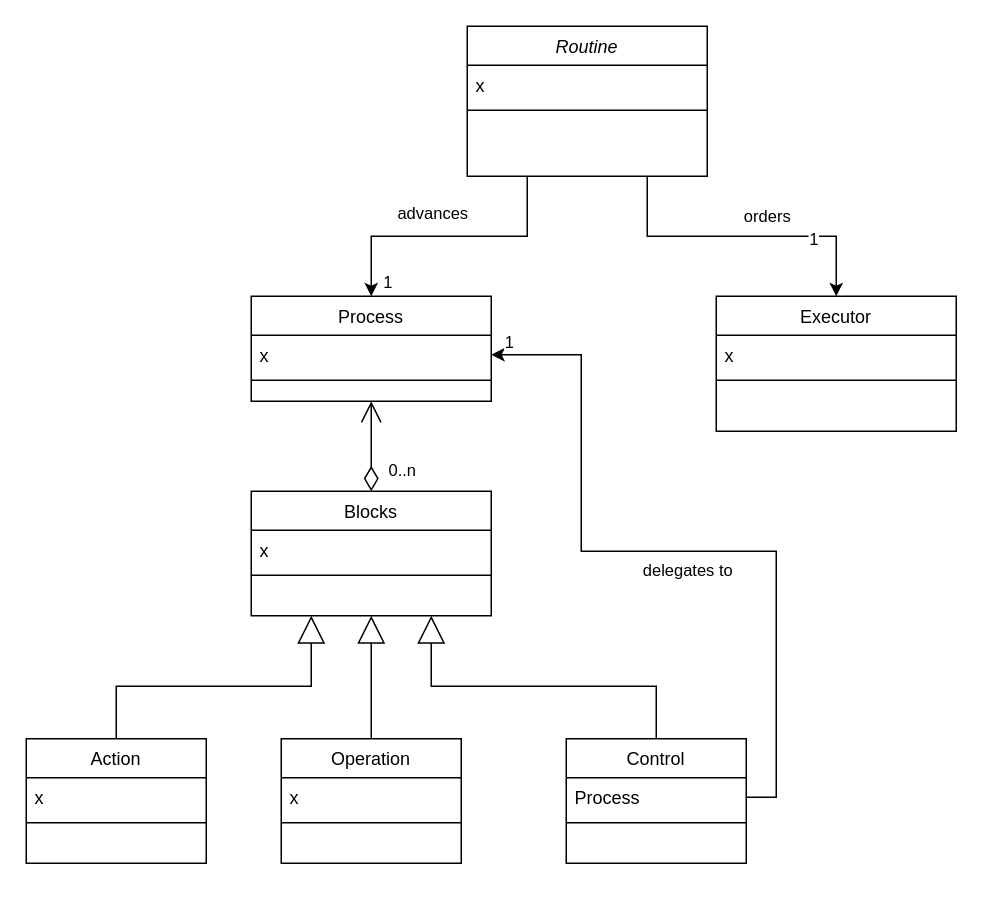
Before: Assets/Diagram.drawio in cahofman13/ThesisCH23, a draw.io diagram. Source tidied: cells renumbered, new cells numbered last; positions are measured from the earlier drawing's top-left corner, leaving out a move shared by most shapes. Both pictures are drawn from the tidied source at 150%, with x=0, y=0 at pixel (26, 26).
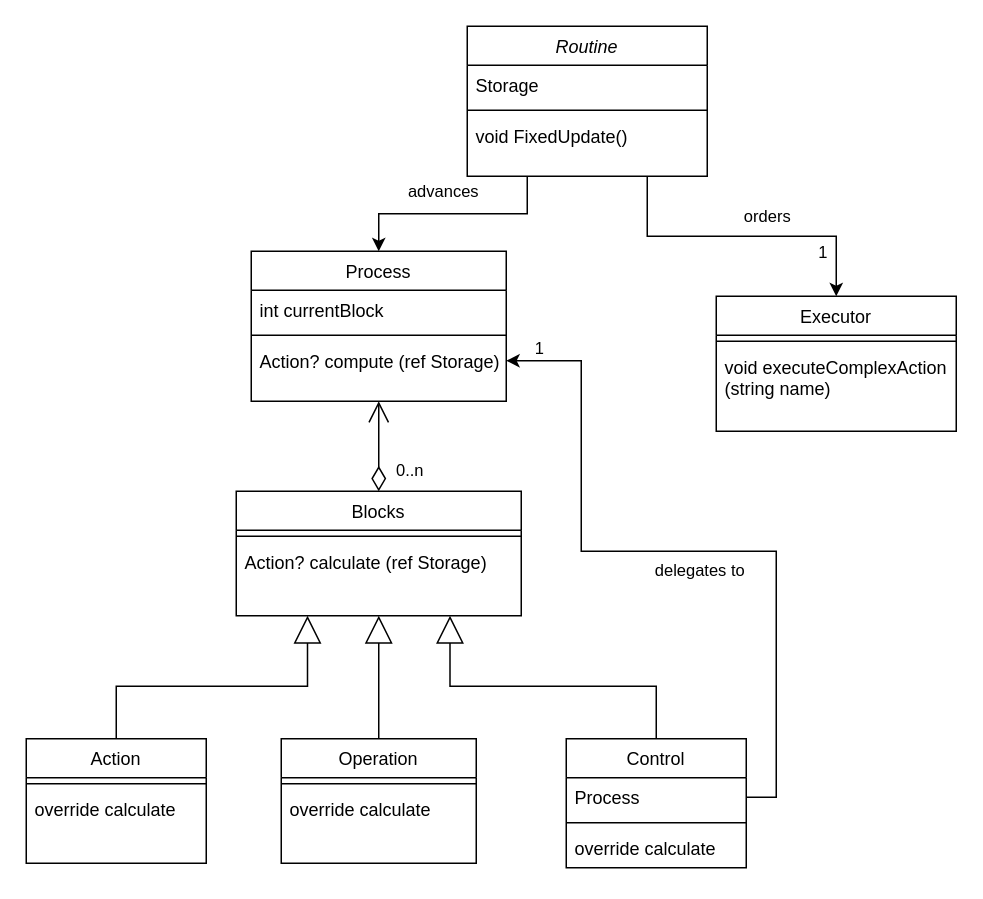
The same diagram, later.

The change refers to these unchanged cells:
```xml
<mxCell id="2" style="edgeStyle=orthogonalEdgeStyle;rounded=0;jettySize=auto;html=1;exitX=0.75;exitY=1;exitDx=0;exitDy=0;entryX=0.5;entryY=0;entryDx=0;entryDy=0;" parent="1" edge="1" source="8" target="17">
  <mxGeometry relative="1" as="geometry" />
</mxCell>
<mxCell id="8" value="Routine" style="swimlane;fontStyle=2;align=center;verticalAlign=top;horizontal=1;startSize=26;rounded=0;shadow=0;strokeWidth=1;" parent="1" vertex="1">
  <mxGeometry x="294" width="160" height="100" as="geometry" />
</mxCell>
<mxCell id="17" value="Executor" style="swimlane;fontStyle=0;align=center;verticalAlign=top;horizontal=1;startSize=26;rounded=0;shadow=0;strokeWidth=1;" parent="1" vertex="1">
  <mxGeometry x="460" y="180" width="160" height="90" as="geometry" />
</mxCell>
<mxCell id="21" value="Action" style="swimlane;fontStyle=0;align=center;verticalAlign=top;horizontal=1;startSize=26;rounded=0;shadow=0;strokeWidth=1;" parent="1" vertex="1">
  <mxGeometry y="475" width="120" height="83" as="geometry" />
</mxCell>
<mxCell id="28" value="Process" style="text;align=left;verticalAlign=top;spacingLeft=4;spacingRight=4;overflow=hidden;points=[[0,0.5],[1,0.5]];portConstraint=eastwest;" parent="27" vertex="1">
  <mxGeometry y="26" width="120" height="26" as="geometry" />
</mxCell>
```

What changed in the source:
```diff
@@
     <mxCell id="4" value="1" style="edgeLabel;html=1;align=center;verticalAlign=middle;" parent="2" vertex="1">
-      <mxGeometry x="0.46" y="-1" relative="1" as="geometry" />
+      <mxGeometry x="0.46" y="-1" relative="1" as="geometry">
+        <mxPoint x="6" y="9" as="offset" />
+      </mxGeometry>
     </mxCell>
@@
-    <mxCell id="9" value="x" style="text;align=left;verticalAlign=top;spacingLeft=4;spacingRight=4;overflow=hidden;" parent="8" vertex="1">
+    <mxCell id="9" value="Storage" style="text;align=left;verticalAlign=top;spacingLeft=4;spacingRight=4;overflow=hidden;" parent="8" vertex="1">
       <mxGeometry y="26" width="160" height="26" as="geometry" />
     </mxCell>
@@
+    <mxCell id="36" value="void FixedUpdate() " style="text;align=left;verticalAlign=top;spacingLeft=4;spacingRight=4;overflow=hidden;" parent="8" vertex="1">
+      <mxGeometry y="60" width="160" height="26" as="geometry" />
+    </mxCell>
     <mxCell id="11" value="Blocks" style="swimlane;fontStyle=0;align=center;verticalAlign=top;horizontal=1;startSize=26;rounded=0;shadow=0;strokeWidth=1;" parent="1" vertex="1">
-      <mxGeometry x="150" y="310" width="160" height="83" as="geometry" />
+      <mxGeometry x="140" y="310" width="190" height="83" as="geometry" />
     </mxCell>
+    <mxCell id="13" style="line;html=1;strokeWidth=1;align=left;verticalAlign=middle;spacingTop=-1;spacingLeft=3;spacingRight=3;labelPosition=right;" parent="11" vertex="1">
+      <mxGeometry y="26" width="190" height="8" as="geometry" />
+    </mxCell>
-    <mxCell id="12" value="x" style="text;align=left;verticalAlign=top;spacingLeft=4;spacingRight=4;overflow=hidden;" parent="11" vertex="1">
-      <mxGeometry y="26" width="160" height="26" as="geometry" />
+    <mxCell id="12" value="Action? calculate (ref Storage)" style="text;align=left;verticalAlign=top;spacingLeft=4;spacingRight=4;overflow=hidden;" parent="11" vertex="1">
+      <mxGeometry y="34" width="190" height="26" as="geometry" />
     </mxCell>
-    <mxCell id="13" style="line;html=1;strokeWidth=1;align=left;verticalAlign=middle;spacingTop=-1;spacingLeft=3;spacingRight=3;labelPosition=right;" parent="11" vertex="1">
-      <mxGeometry y="52" width="160" height="8" as="geometry" />
-    </mxCell>
     <mxCell id="14" value="Process" style="swimlane;fontStyle=0;align=center;verticalAlign=top;horizontal=1;startSize=26;rounded=0;shadow=0;strokeWidth=1;" parent="1" vertex="1">
-      <mxGeometry x="150" y="180" width="160" height="70" as="geometry" />
+      <mxGeometry x="150" y="150" width="170" height="100" as="geometry" />
     </mxCell>
+    <mxCell id="37" value="int currentBlock" style="text;align=left;verticalAlign=top;spacingLeft=4;spacingRight=4;overflow=hidden;" parent="14" vertex="1">
+      <mxGeometry y="26" width="170" height="26" as="geometry" />
+    </mxCell>
+    <mxCell id="16" style="line;html=1;strokeWidth=1;align=left;verticalAlign=middle;spacingTop=-1;spacingLeft=3;spacingRight=3;labelPosition=right;" parent="14" vertex="1">
+      <mxGeometry y="52" width="170" height="8" as="geometry" />
+    </mxCell>
-    <mxCell id="15" value="x" style="text;align=left;verticalAlign=top;spacingLeft=4;spacingRight=4;overflow=hidden;points=[[0,0.5],[1,0.5]];portConstraint=eastwest;" parent="14" vertex="1">
-      <mxGeometry y="26" width="160" height="26" as="geometry" />
+    <mxCell id="15" value="Action? compute (ref Storage)" style="text;align=left;verticalAlign=top;spacingLeft=4;spacingRight=4;overflow=hidden;points=[[0,0.5],[1,0.5]];portConstraint=eastwest;" parent="14" vertex="1">
+      <mxGeometry y="60" width="170" height="26" as="geometry" />
     </mxCell>
-    <mxCell id="16" style="line;html=1;strokeWidth=1;align=left;verticalAlign=middle;spacingTop=-1;spacingLeft=3;spacingRight=3;labelPosition=right;" parent="14" vertex="1">
-      <mxGeometry y="52" width="160" height="8" as="geometry" />
-    </mxCell>
@@
+    <mxCell id="19" style="line;html=1;strokeWidth=1;align=left;verticalAlign=middle;spacingTop=-1;spacingLeft=3;spacingRight=3;labelPosition=right;" parent="17" vertex="1">
+      <mxGeometry y="26" width="160" height="8" as="geometry" />
+    </mxCell>
-    <mxCell id="18" value="x" style="text;align=left;verticalAlign=top;spacingLeft=4;spacingRight=4;overflow=hidden;" parent="17" vertex="1">
-      <mxGeometry y="26" width="160" height="26" as="geometry" />
+    <mxCell id="18" value="void executeComplexAction &#10;(string name)" style="text;align=left;verticalAlign=top;spacingLeft=4;spacingRight=4;overflow=hidden;" parent="17" vertex="1">
+      <mxGeometry y="34" width="160" height="34" as="geometry" />
     </mxCell>
-    <mxCell id="19" style="line;html=1;strokeWidth=1;align=left;verticalAlign=middle;spacingTop=-1;spacingLeft=3;spacingRight=3;labelPosition=right;" parent="17" vertex="1">
-      <mxGeometry y="52" width="160" height="8" as="geometry" />
-    </mxCell>
@@
+    <mxCell id="23" style="line;html=1;strokeWidth=1;align=left;verticalAlign=middle;spacingTop=-1;spacingLeft=3;spacingRight=3;labelPosition=right;" parent="21" vertex="1">
+      <mxGeometry y="26" width="120" height="8" as="geometry" />
+    </mxCell>
-    <mxCell id="22" value="x" style="text;align=left;verticalAlign=top;spacingLeft=4;spacingRight=4;overflow=hidden;" parent="21" vertex="1">
-      <mxGeometry y="26" width="120" height="26" as="geometry" />
+    <mxCell id="22" value="override calculate" style="text;align=left;verticalAlign=top;spacingLeft=4;spacingRight=4;overflow=hidden;" parent="21" vertex="1">
+      <mxGeometry y="34" width="120" height="26" as="geometry" />
     </mxCell>
-    <mxCell id="23" style="line;html=1;strokeWidth=1;align=left;verticalAlign=middle;spacingTop=-1;spacingLeft=3;spacingRight=3;labelPosition=right;" parent="21" vertex="1">
-      <mxGeometry y="52" width="120" height="8" as="geometry" />
-    </mxCell>
     <mxCell id="24" value="Operation" style="swimlane;fontStyle=0;align=center;verticalAlign=top;horizontal=1;startSize=26;rounded=0;shadow=0;strokeWidth=1;" parent="1" vertex="1">
-      <mxGeometry x="170" y="475" width="120" height="83" as="geometry" />
+      <mxGeometry x="170" y="475" width="130" height="83" as="geometry" />
     </mxCell>
+    <mxCell id="26" style="line;html=1;strokeWidth=1;align=left;verticalAlign=middle;spacingTop=-1;spacingLeft=3;spacingRight=3;labelPosition=right;" parent="24" vertex="1">
+      <mxGeometry y="26" width="130" height="8" as="geometry" />
+    </mxCell>
-    <mxCell id="25" value="x" style="text;align=left;verticalAlign=top;spacingLeft=4;spacingRight=4;overflow=hidden;" parent="24" vertex="1">
-      <mxGeometry y="26" width="120" height="26" as="geometry" />
+    <mxCell id="25" value="override calculate" style="text;align=left;verticalAlign=top;spacingLeft=4;spacingRight=4;overflow=hidden;" parent="24" vertex="1">
+      <mxGeometry y="34" width="130" height="26" as="geometry" />
     </mxCell>
-    <mxCell id="26" style="line;html=1;strokeWidth=1;align=left;verticalAlign=middle;spacingTop=-1;spacingLeft=3;spacingRight=3;labelPosition=right;" parent="24" vertex="1">
-      <mxGeometry y="52" width="120" height="8" as="geometry" />
-    </mxCell>
     <mxCell id="27" value="Control" style="swimlane;fontStyle=0;align=center;verticalAlign=top;horizontal=1;startSize=26;rounded=0;shadow=0;strokeWidth=1;" parent="1" vertex="1">
-      <mxGeometry x="360" y="475" width="120" height="83" as="geometry" />
+      <mxGeometry x="360" y="475" width="120" height="86" as="geometry" />
     </mxCell>
@@
+    <mxCell id="38" value="override calculate" style="text;align=left;verticalAlign=top;spacingLeft=4;spacingRight=4;overflow=hidden;" parent="27" vertex="1">
+      <mxGeometry y="60" width="120" height="26" as="geometry" />
+    </mxCell>
     <mxCell id="30" style="endArrow=block;endSize=16;endFill=0;html=1;rounded=0;edgeStyle=orthogonalEdgeStyle;entryX=0.5;entryY=1;entryDx=0;entryDy=0;exitX=0.5;exitY=0;exitDx=0;exitDy=0;" parent="1" edge="1" source="24" target="11">
       <mxGeometry x="0.12" relative="1" as="geometry">
         <Array as="points">
-          <mxPoint x="230" y="460" />
-          <mxPoint x="230" y="460" />
+          <mxPoint x="235" y="470" />
+          <mxPoint x="235" y="470" />
         </Array>
         <mxPoint x="-1" as="offset" />
       </mxGeometry>
     </mxCell>
     <mxCell id="31" style="endArrow=block;endSize=16;endFill=0;html=1;rounded=0;edgeStyle=orthogonalEdgeStyle;exitX=0.5;exitY=0;exitDx=0;exitDy=0;entryX=0.75;entryY=1;entryDx=0;entryDy=0;" parent="1" edge="1" source="27" target="11">
       <mxGeometry x="0.12" relative="1" as="geometry">
         <Array as="points">
           <mxPoint x="420" y="440" />
-          <mxPoint x="270" y="440" />
+          <mxPoint x="283" y="440" />
         </Array>
         <mxPoint x="-1" as="offset" />
       </mxGeometry>
     </mxCell>
     <mxCell id="32" style="endArrow=block;endSize=16;endFill=0;html=1;rounded=0;edgeStyle=orthogonalEdgeStyle;exitX=0.5;exitY=0;exitDx=0;exitDy=0;entryX=0.25;entryY=1;entryDx=0;entryDy=0;" parent="1" edge="1" source="21" target="11">
       <mxGeometry x="0.12" relative="1" as="geometry">
         <Array as="points">
           <mxPoint x="60" y="440" />
-          <mxPoint x="190" y="440" />
+          <mxPoint x="188" y="440" />
         </Array>
         <mxPoint x="-1" as="offset" />
       </mxGeometry>
     </mxCell>
     <mxCell id="33" style="edgeStyle=orthogonalEdgeStyle;rounded=0;jettySize=auto;html=1;exitX=1;exitY=0.5;exitDx=0;exitDy=0;entryX=1;entryY=0.5;entryDx=0;entryDy=0;" parent="1" edge="1" source="28" target="15">
       <mxGeometry relative="1" as="geometry">
         <Array as="points">
           <mxPoint x="500" y="514" />
           <mxPoint x="500" y="350" />
           <mxPoint x="370" y="350" />
-          <mxPoint x="370" y="219" />
+          <mxPoint x="370" y="223" />
         </Array>
       </mxGeometry>
     </mxCell>
@@
     <mxCell id="35" value="1" style="edgeLabel;html=1;align=center;verticalAlign=middle;" parent="33" vertex="1">
       <mxGeometry x="0.81" y="5" relative="1" as="geometry">
-        <mxPoint x="-37" y="-14" as="offset" />
+        <mxPoint x="-26" y="-14" as="offset" />
       </mxGeometry>
     </mxCell>
```
